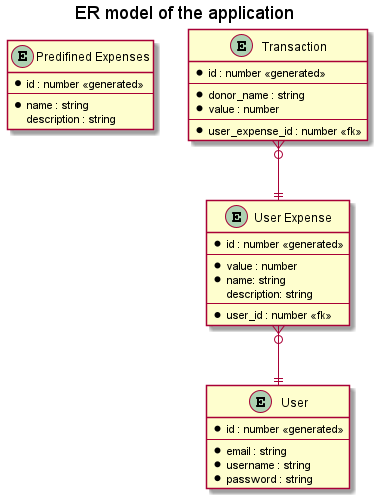
Earlier version of the PlantUML export docs/img/er_model.png (szattila98/veryrezsi).
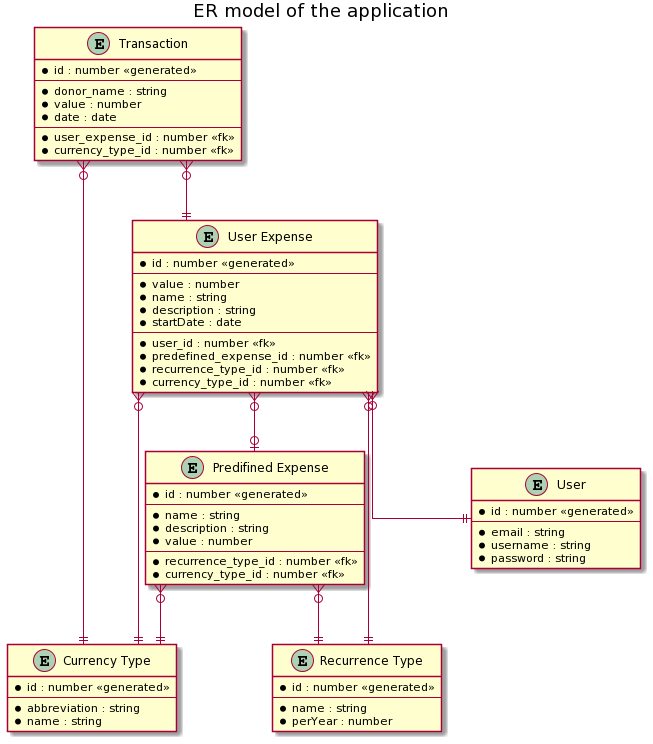
After the change.

Change to the diagram source:
```diff
@@ -1,12 +1,30 @@
-@startuml er_model
+@startuml
 title ER model of the application
 skinparam linetype ortho
 
-entity "Predifined Expenses" as pexp {
+entity "Currency Type" as currtp {
+  * id : number <<generated>>
+  ---
+  * abbreviation : string
+  * name : string
+}
+
+entity "Recurrence Type" as recurrtp {
   * id : number <<generated>>
   ---
   * name : string
-  description : string
+  * perYear : number
+}
+
+entity "Predifined Expense" as pexp {
+  * id : number <<generated>>
+  ---
+  * name : string
+  * description : string
+  * value : number
+  ---
+  * recurrence_type_id : number <<fk>>
+  * currency_type_id : number <<fk>>
 }
 
 entity "User" as user {
@@ -21,10 +39,14 @@
   * id : number <<generated>>
   ---
   * value : number
-  * name: string
-  description: string
+  * name : string
+  * description : string
+  * startDate : date
   ---
   * user_id : number <<fk>>
+  * predefined_expense_id : number <<fk>>
+  * recurrence_type_id : number <<fk>>
+  * currency_type_id : number <<fk>>
 }
 
 entity "Transaction" as utran {
@@ -32,10 +54,19 @@
   ---
   * donor_name : string
   * value : number
+  * date : date
   ---
   * user_expense_id : number <<fk>>
+  * currency_type_id : number <<fk>>
 }
 
 uexp }o--|| user
+uexp }o--|| currtp
+uexp }o--|| recurrtp
+
 utran }o--|| uexp
+utran }o--|| currtp
+uexp }o--o| pexp
+pexp }o--|| currtp
+pexp }o--|| recurrtp
 @enduml
```
